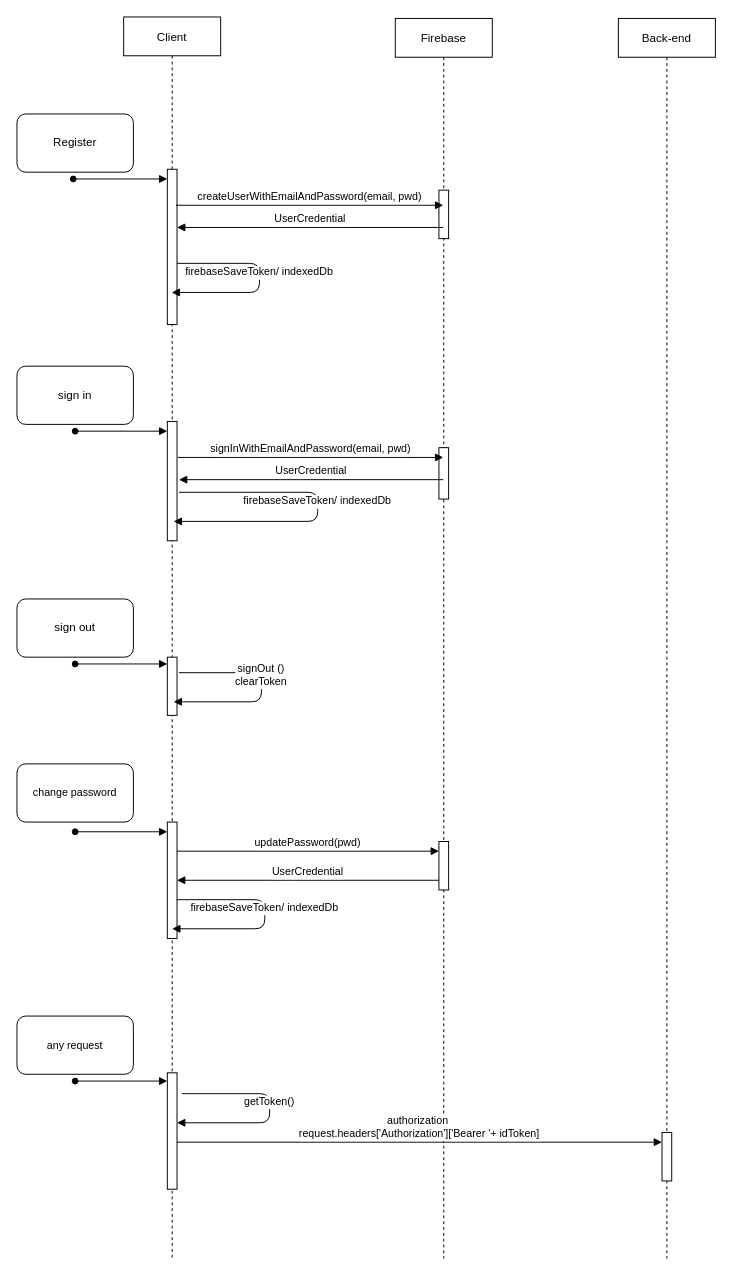
Earlier version of the draw.io diagram FirebaseAuth.drawio (vanthang1996/IPTV). Source tidied: cells renumbered, new cells numbered last; positions are measured from the earlier drawing's top-left corner, leaving out a move shared by most shapes. Both pictures are drawn from the tidied source at 97%, with x=0, y=0 at pixel (16, 16).
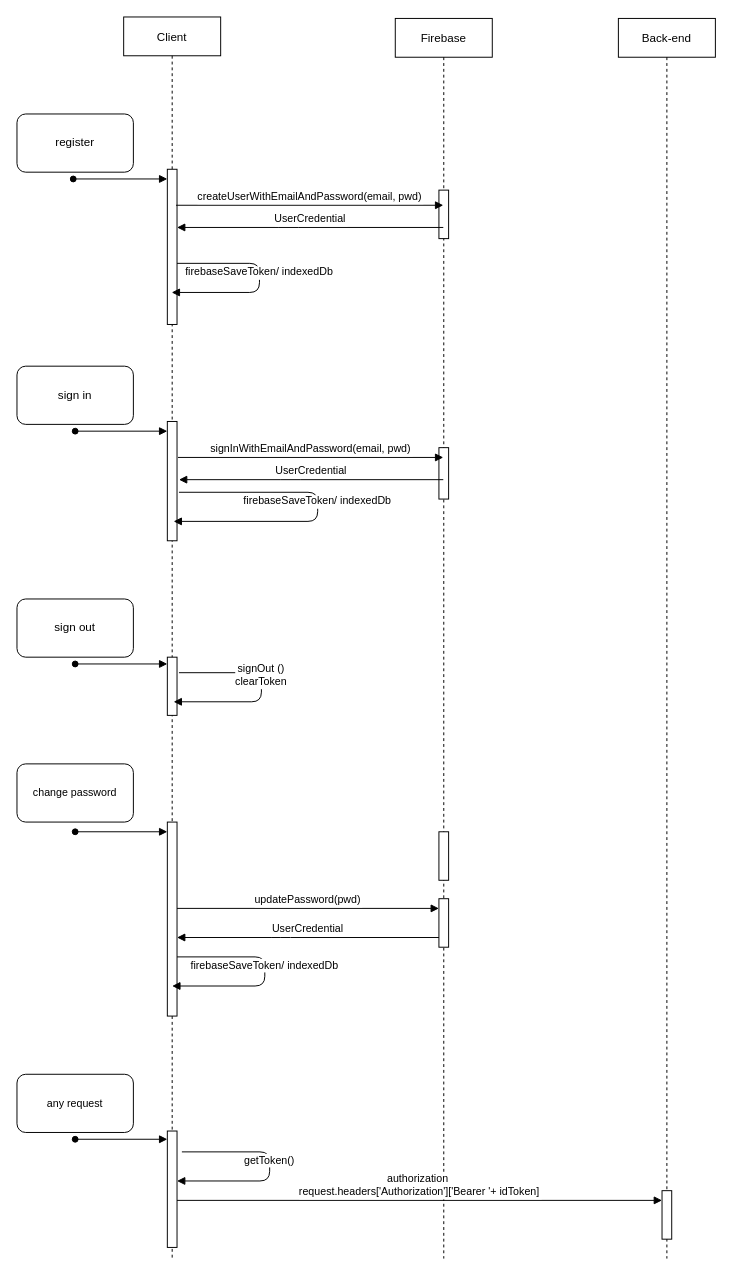
The same diagram, later.

The change refers to these unchanged cells:
```xml
<mxCell id="2" value="Client" style="shape=umlLifeline;perimeter=lifelinePerimeter;rounded=0;shadow=0;strokeWidth=1;" parent="1" vertex="1">
  <mxGeometry x="110" width="100" height="1280" as="geometry" />
</mxCell>
<mxCell id="9" value="Firebase" style="shape=umlLifeline;perimeter=lifelinePerimeter;rounded=0;shadow=0;strokeWidth=1;" parent="1" vertex="1">
  <mxGeometry x="390" y="1.5" width="100" height="1278.5" as="geometry" />
</mxCell>
<mxCell id="32" value="Back-end" style="shape=umlLifeline;perimeter=lifelinePerimeter;rounded=0;shadow=0;strokeWidth=1;" parent="1" vertex="1">
  <mxGeometry x="620" y="1.5" width="100" height="1278.5" as="geometry" />
</mxCell>
```

Diff of the diagram source:
```diff
@@
     <mxCell id="6" style="perimeter=orthogonalPerimeter;rounded=0;shadow=0;strokeWidth=1;" parent="2" vertex="1">
-      <mxGeometry x="45" y="830" width="10" height="120" as="geometry" />
+      <mxGeometry x="45" y="830" width="10" height="200" as="geometry" />
     </mxCell>
     <mxCell id="7" style="perimeter=orthogonalPerimeter;rounded=0;shadow=0;strokeWidth=1;" parent="2" vertex="1">
-      <mxGeometry x="45" y="1088.5" width="10" height="120" as="geometry" />
+      <mxGeometry x="45" y="1148.5" width="10" height="120" as="geometry" />
     </mxCell>
     <mxCell id="8" style="verticalAlign=bottom;startArrow=oval;endArrow=block;shadow=0;strokeWidth=1;" parent="2" edge="1">
       <mxGeometry relative="1" as="geometry">
-        <mxPoint x="-50" y="1097" as="sourcePoint" />
-        <mxPoint x="45" y="1097" as="targetPoint" />
+        <mxPoint x="-50" y="1157" as="sourcePoint" />
+        <mxPoint x="45" y="1157" as="targetPoint" />
       </mxGeometry>
     </mxCell>
@@
     <mxCell id="12" style="points=[];perimeter=orthogonalPerimeter;rounded=0;shadow=0;strokeWidth=1;" parent="9" vertex="1">
-      <mxGeometry x="45" y="848.5" width="10" height="50" as="geometry" />
+      <mxGeometry x="45" y="907.5" width="10" height="50" as="geometry" />
     </mxCell>
+    <mxCell id="36" style="perimeter=orthogonalPerimeter;rounded=0;shadow=0;strokeWidth=1;" parent="9" vertex="1">
+      <mxGeometry x="45" y="838.5" width="10" height="50" as="geometry" />
+    </mxCell>
@@
     <mxCell id="24" value="updatePassword(pwd)" style="verticalAlign=bottom;endArrow=block;shadow=0;strokeWidth=1;" parent="1" edge="1" target="12">
       <mxGeometry relative="1" as="geometry">
-        <mxPoint x="165" y="860" as="sourcePoint" />
+        <mxPoint x="165" y="919" as="sourcePoint" />
       </mxGeometry>
     </mxCell>
     <mxCell id="25" value="UserCredential" style="verticalAlign=bottom;endArrow=block;shadow=0;strokeWidth=1;" parent="1" edge="1" source="12">
       <mxGeometry relative="1" as="geometry">
-        <mxPoint x="165" y="890" as="targetPoint" />
+        <mxPoint x="165" y="949" as="targetPoint" />
         <Array as="points">
-          <mxPoint x="272" y="890" />
+          <mxPoint x="272" y="949" />
         </Array>
       </mxGeometry>
     </mxCell>
     <mxCell id="26" value="firebaseSaveToken/ indexedDb" style="verticalAlign=bottom;endArrow=block;shadow=0;strokeWidth=1;" parent="1" edge="1">
       <mxGeometry relative="1" as="geometry">
-        <mxPoint x="165" y="910" as="sourcePoint" />
-        <mxPoint x="160" y="940" as="targetPoint" />
+        <mxPoint x="165" y="969" as="sourcePoint" />
+        <mxPoint x="160" y="999" as="targetPoint" />
         <Array as="points">
-          <mxPoint x="255.5" y="910" />
-          <mxPoint x="255.5" y="940" />
+          <mxPoint x="255.5" y="969" />
+          <mxPoint x="255.5" y="999" />
         </Array>
       </mxGeometry>
     </mxCell>
-    <mxCell id="27" value="Register" style="rounded=1;whiteSpace=wrap;html=1;" parent="1" vertex="1">
+    <mxCell id="27" value="register" style="rounded=1;whiteSpace=wrap;html=1;" parent="1" vertex="1">
       <mxGeometry y="100" width="120" height="60" as="geometry" />
     </mxCell>
@@
     <mxCell id="31" value="&lt;span style=&quot;font-size: 11px ; background-color: rgb(255 , 255 , 255)&quot;&gt;any request&lt;/span&gt;" style="rounded=1;whiteSpace=wrap;html=1;" parent="1" vertex="1">
-      <mxGeometry y="1030" width="120" height="60" as="geometry" />
+      <mxGeometry y="1090" width="120" height="60" as="geometry" />
     </mxCell>
@@
     <mxCell id="33" style="perimeter=orthogonalPerimeter;rounded=0;shadow=0;strokeWidth=1;" parent="32" vertex="1">
-      <mxGeometry x="45" y="1148.5" width="10" height="50" as="geometry" />
+      <mxGeometry x="45" y="1208.5" width="10" height="50" as="geometry" />
     </mxCell>
     <mxCell id="34" value="authorization &#10;request.headers['Authorization']['Bearer '+ idToken]" style="verticalAlign=bottom;endArrow=block;shadow=0;strokeWidth=1;" parent="1" edge="1">
       <mxGeometry relative="1" as="geometry">
-        <mxPoint x="165" y="1160" as="sourcePoint" />
-        <mxPoint x="665" y="1160" as="targetPoint" />
+        <mxPoint x="165" y="1220" as="sourcePoint" />
+        <mxPoint x="665" y="1220" as="targetPoint" />
       </mxGeometry>
     </mxCell>
     <mxCell id="35" value="getToken()" style="verticalAlign=bottom;endArrow=block;shadow=0;strokeWidth=1;" parent="1" edge="1">
       <mxGeometry relative="1" as="geometry">
-        <mxPoint x="170" y="1110" as="sourcePoint" />
-        <mxPoint x="165" y="1140" as="targetPoint" />
+        <mxPoint x="170" y="1170" as="sourcePoint" />
+        <mxPoint x="165" y="1200" as="targetPoint" />
         <Array as="points">
-          <mxPoint x="260.5" y="1110" />
-          <mxPoint x="260.5" y="1140" />
+          <mxPoint x="260.5" y="1170" />
+          <mxPoint x="260.5" y="1200" />
         </Array>
       </mxGeometry>
     </mxCell>
```
